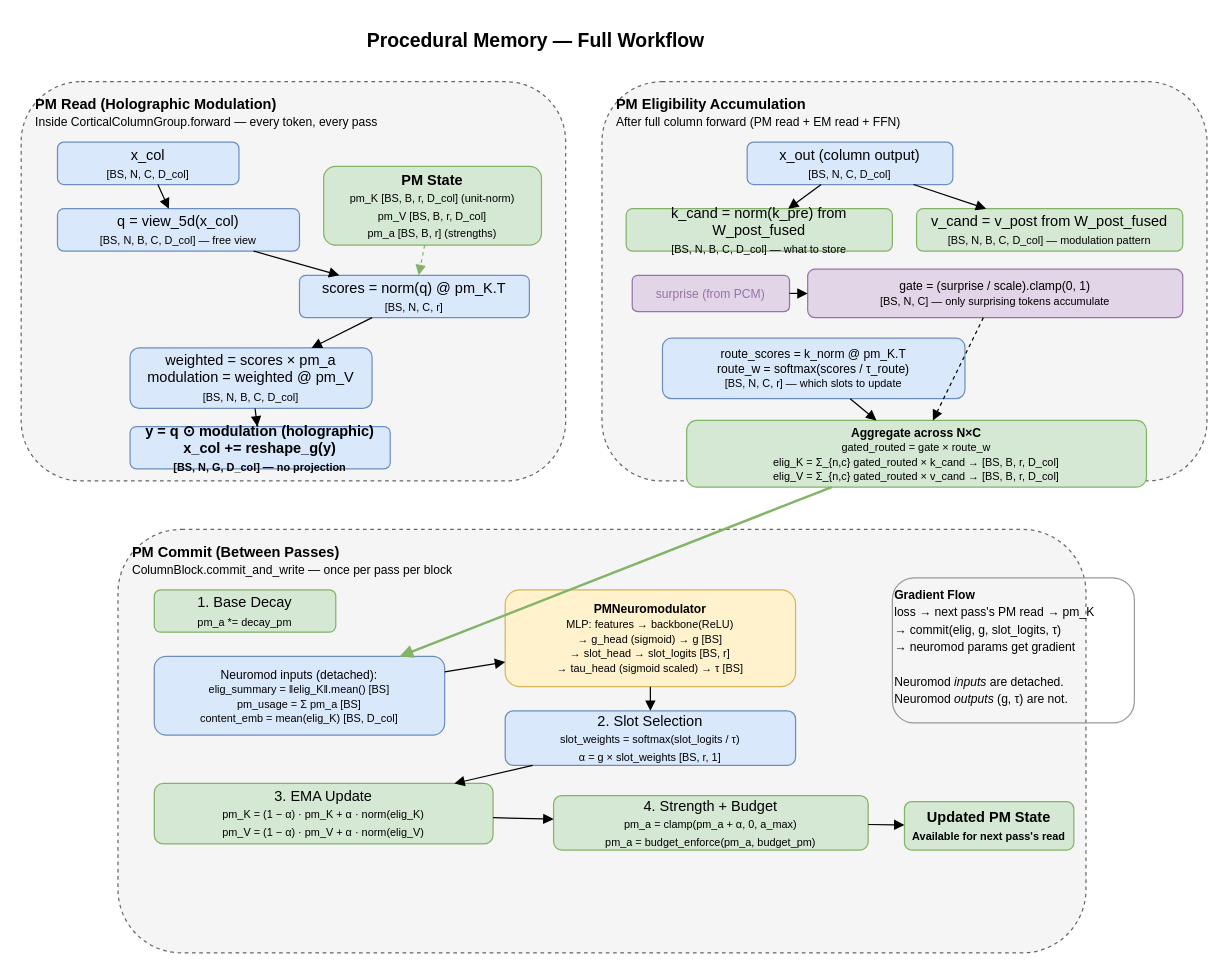
This is docs/diagrams/pm_workflow.drawio from alxdofficial/neuromorphic, a draw.io file, before an edit. Source tidied: cells renumbered, new cells numbered last; positions are measured from the earlier drawing's top-left corner, leaving out a move shared by most shapes. Both pictures are drawn from the tidied source at 121%, with x=0, y=0 at pixel (21, 21).
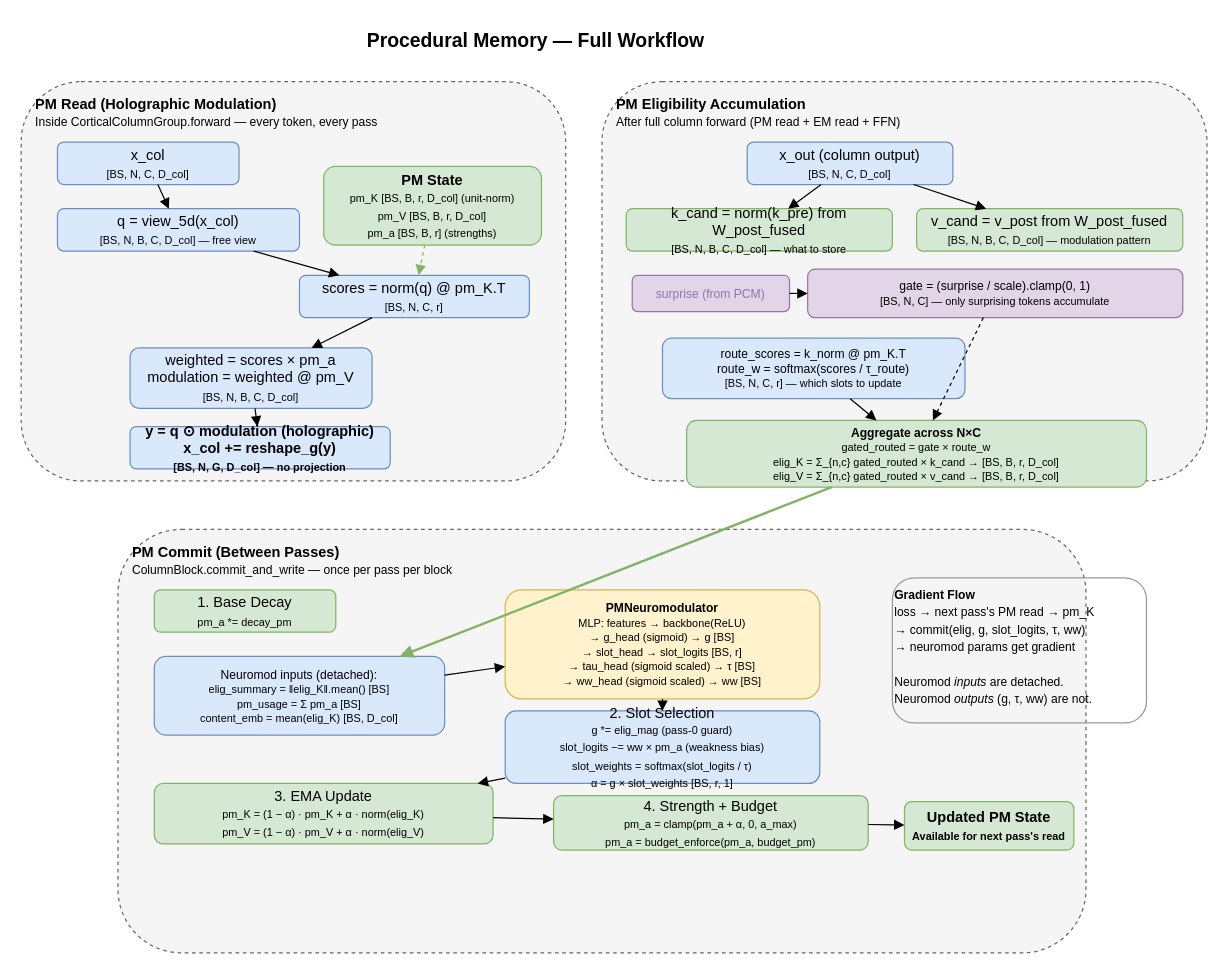
The same diagram, later.

The edit, as a diff of the source:
```diff
@@
-    <mxCell id="34" value="&lt;b&gt;PMNeuromodulator&lt;/b&gt;&lt;br&gt;&lt;font style=&quot;font-size:9px&quot;&gt;MLP: features → backbone(ReLU)&lt;br&gt;→ g_head (sigmoid) → g [BS]&lt;br&gt;→ slot_head → slot_logits [BS, r]&lt;br&gt;→ tau_head (sigmoid scaled) → τ [BS]&lt;/font&gt;" style="rounded=1;whiteSpace=wrap;html=1;fillColor=#fff2cc;strokeColor=#d6b656;fontSize=10;" parent="1" vertex="1">
-      <mxGeometry x="400" y="470" width="240" height="80" as="geometry" />
+    <mxCell id="34" value="&lt;b&gt;PMNeuromodulator&lt;/b&gt;&lt;br&gt;&lt;font style=&quot;font-size:9px&quot;&gt;MLP: features → backbone(ReLU)&lt;br&gt;→ g_head (sigmoid) → g [BS]&lt;br&gt;→ slot_head → slot_logits [BS, r]&lt;br&gt;→ tau_head (sigmoid scaled) → τ [BS]&lt;br&gt;→ ww_head (sigmoid scaled) → ww [BS]&lt;/font&gt;" style="rounded=1;whiteSpace=wrap;html=1;fillColor=#fff2cc;strokeColor=#d6b656;fontSize=10;" parent="1" vertex="1">
+      <mxGeometry x="400" y="470" width="260" height="90" as="geometry" />
     </mxCell>
@@
-    <mxCell id="36" value="2. Slot Selection&lt;br&gt;&lt;font style=&quot;font-size:9px&quot;&gt;slot_weights = softmax(slot_logits / τ)&lt;br&gt;α = g × slot_weights [BS, r, 1]&lt;/font&gt;" style="rounded=1;whiteSpace=wrap;html=1;fillColor=#dae8fc;strokeColor=#6c8ebf;" parent="1" vertex="1">
-      <mxGeometry x="400" y="570" width="240" height="45" as="geometry" />
+    <mxCell id="36" value="2. Slot Selection&lt;br&gt;&lt;font style=&quot;font-size:9px&quot;&gt;g *= elig_mag (pass-0 guard)&lt;br&gt;slot_logits −= ww × pm_a (weakness bias)&lt;br&gt;slot_weights = softmax(slot_logits / τ)&lt;br&gt;α = g × slot_weights [BS, r, 1]&lt;/font&gt;" style="rounded=1;whiteSpace=wrap;html=1;fillColor=#dae8fc;strokeColor=#6c8ebf;" parent="1" vertex="1">
+      <mxGeometry x="400" y="570" width="260" height="60" as="geometry" />
     </mxCell>
@@
-    <mxCell id="45" value="&lt;font style=&quot;font-size:10px&quot;&gt;&lt;b&gt;Gradient Flow&lt;/b&gt;&lt;br&gt;loss → next pass's PM read → pm_K&lt;br&gt;→ commit(elig, g, slot_logits, τ)&lt;br&gt;→ neuromod params get gradient&lt;br&gt;&lt;br&gt;Neuromod &lt;i&gt;inputs&lt;/i&gt; are detached.&lt;br&gt;Neuromod &lt;i&gt;outputs&lt;/i&gt; (g, τ) are not.&lt;/font&gt;" style="text;html=1;align=left;verticalAlign=top;fillColor=none;strokeColor=#999999;rounded=1;" parent="1" vertex="1">
-      <mxGeometry x="720" y="460" width="200" height="120" as="geometry" />
+    <mxCell id="45" value="&lt;font style=&quot;font-size:10px&quot;&gt;&lt;b&gt;Gradient Flow&lt;/b&gt;&lt;br&gt;loss → next pass's PM read → pm_K&lt;br&gt;→ commit(elig, g, slot_logits, τ, ww)&lt;br&gt;→ neuromod params get gradient&lt;br&gt;&lt;br&gt;Neuromod &lt;i&gt;inputs&lt;/i&gt; are detached.&lt;br&gt;Neuromod &lt;i&gt;outputs&lt;/i&gt; (g, τ, ww) are not.&lt;/font&gt;" style="text;html=1;align=left;verticalAlign=top;fillColor=none;strokeColor=#999999;rounded=1;" parent="1" vertex="1">
+      <mxGeometry x="720" y="460" width="210" height="120" as="geometry" />
     </mxCell>
```
